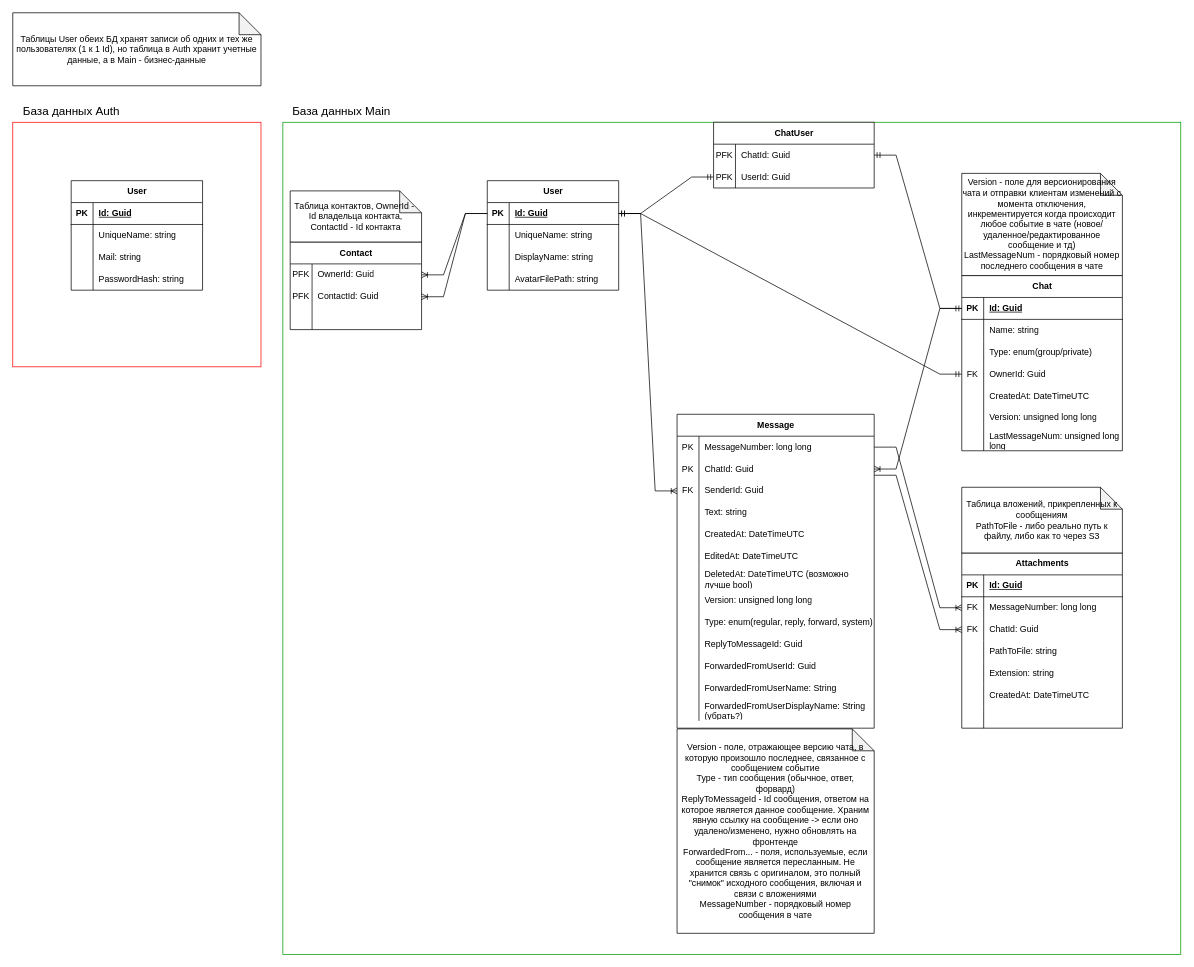
Earlier version of the draw.io diagram docs/backend/DB.drawio (iuschnic/simple-messenger). Source tidied: cells renumbered, new cells numbered last; positions are measured from the earlier drawing's top-left corner, leaving out a move shared by most shapes. Both pictures are drawn from the tidied source at 73%, with x=0, y=0 at pixel (12, 12).
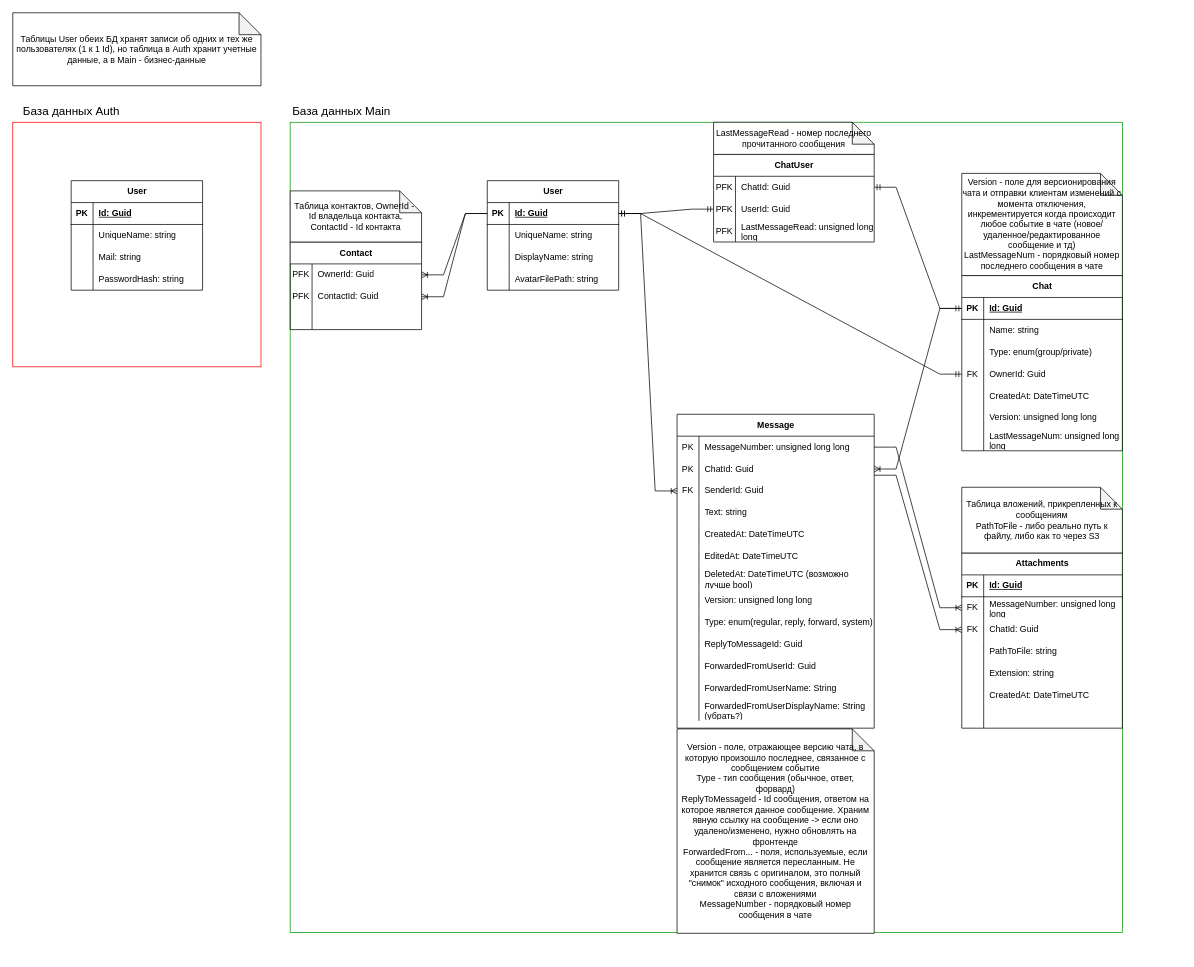
After the change.

Commit message:
#1 добавил номер последнего прочитанного сообщения в таблицу связку чат-пользователь

Unchanged cells that the change refers to:
```xml
<mxCell id="79" style="shape=tableRow;horizontal=0;startSize=0;swimlaneHead=0;swimlaneBody=0;fillColor=none;points=[[0,0.5],[1,0.5]];portConstraint=eastwest;top=0;left=0;right=0;bottom=0;" parent="78" vertex="1">
  <mxGeometry y="30" width="270" height="30" as="geometry" />
</mxCell>
<mxCell id="126" style="shape=tableRow;horizontal=0;startSize=0;swimlaneHead=0;swimlaneBody=0;fillColor=none;points=[[0,0.5],[1,0.5]];portConstraint=eastwest;top=0;left=0;right=0;bottom=0;" parent="122" vertex="1">
  <mxGeometry y="60" width="220" height="30" as="geometry" />
</mxCell>
```

Change to the diagram source:
```diff
@@
     <mxCell id="2" style="rounded=0;whiteSpace=wrap;html=1;fillColor=none;strokeColor=#009900;" parent="1" vertex="1">
-      <mxGeometry x="370" y="150" width="1230" height="1140" as="geometry" />
+      <mxGeometry x="380" y="150" width="1140" height="1110" as="geometry" />
     </mxCell>
@@
     <mxCell id="69" value="ChatUser" style="shape=table;startSize=30;childLayout=tableLayout;rowLines=0;fontStyle=1;align=center;html=1;" parent="1" vertex="1">
-      <mxGeometry x="960" y="150" width="220" height="90" as="geometry" />
+      <mxGeometry x="960" y="194" width="220" height="120" as="geometry" />
     </mxCell>
@@
+    <mxCell id="147" style="shape=tableRow;horizontal=0;startSize=0;swimlaneHead=0;swimlaneBody=0;fillColor=none;top=0;left=0;right=0;bottom=0;" parent="69" vertex="1">
+      <mxGeometry y="90" width="220" height="30" as="geometry" />
+    </mxCell>
+    <mxCell id="148" value="PFK" style="shape=partialRectangle;fillColor=none;top=0;left=0;bottom=0;right=0;overflow=hidden;whiteSpace=wrap;html=1;" parent="147" vertex="1">
+      <mxGeometry width="30" height="30" as="geometry" />
+    </mxCell>
+    <mxCell id="149" value="LastMessageRead: unsigned long long" style="shape=partialRectangle;fillColor=none;top=0;left=0;bottom=0;right=0;align=left;spacingLeft=6;overflow=hidden;whiteSpace=wrap;html=1;" parent="147" vertex="1">
+      <mxGeometry x="30" width="190" height="30" as="geometry" />
+    </mxCell>
@@
-    <mxCell id="81" value="MessageNumber: long long" style="shape=partialRectangle;fillColor=none;top=0;left=0;bottom=0;right=0;align=left;spacingLeft=6;overflow=hidden;whiteSpace=wrap;html=1;" parent="79" vertex="1">
+    <mxCell id="81" value="MessageNumber: unsigned long long" style="shape=partialRectangle;fillColor=none;top=0;left=0;bottom=0;right=0;align=left;spacingLeft=6;overflow=hidden;whiteSpace=wrap;html=1;" parent="79" vertex="1">
       <mxGeometry x="30" width="240" height="30" as="geometry" />
     </mxCell>
@@
-    <mxCell id="128" value="MessageNumber: long long" style="shape=partialRectangle;fillColor=none;top=0;left=0;bottom=0;right=0;align=left;spacingLeft=6;overflow=hidden;whiteSpace=wrap;html=1;" parent="126" vertex="1">
+    <mxCell id="128" value="MessageNumber: unsigned long long" style="shape=partialRectangle;fillColor=none;top=0;left=0;bottom=0;right=0;align=left;spacingLeft=6;overflow=hidden;whiteSpace=wrap;html=1;" parent="126" vertex="1">
       <mxGeometry x="30" width="190" height="30" as="geometry" />
     </mxCell>
@@
+    <mxCell id="150" value="LastMessageRead - номер последнего прочитанного сообщения" style="shape=note;whiteSpace=wrap;html=1;backgroundOutline=1;darkOpacity=0.05;" parent="1" vertex="1">
+      <mxGeometry x="960" y="150" width="220" height="44" as="geometry" />
+    </mxCell>
```
